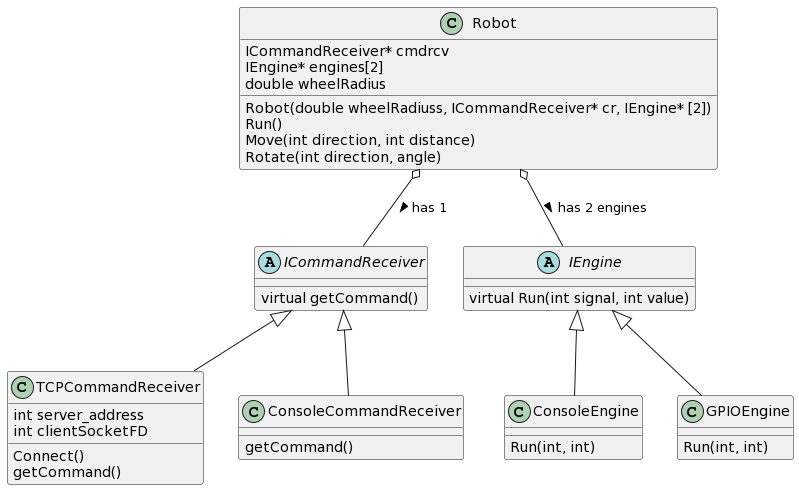
The PlantUML diagram src/classes.png in fanglores/Gagarin-2022, before a commit. The source it was exported from:
```plantuml
@startuml
class Robot
{
   ICommandReceiver* cmdrcv
   IEngine* engines[2]
   double wheelRadius

   Robot(double wheelRadiuss, ICommandReceiver* cr, IEngine* [2])
   Run()
   Move(int direction, int distance)
   Rotate(int direction, angle)
}

abstract class ICommandReceiver
{
   virtual getCommand()
}

class TCPCommandReceiver
{
   int server_address
   int clientSocketFD

   Connect()
   getCommand()
}

class ConsoleCommandReceiver
{
   getCommand()
}

class ConsoleEngine
{
   Run(int, int)
}

class GPIOEngine
{
   Run(int, int)
}

abstract class IEngine
{
   virtual Run(int signal, int value)
}

IEngine <|-- GPIOEngine
IEngine <|-- ConsoleEngine
ICommandReceiver <|-- TCPCommandReceiver
ICommandReceiver <|-- ConsoleCommandReceiver
Robot o-- IEngine : has 2 engines >
Robot o-- ICommandReceiver : has 1 >
@enduml
```
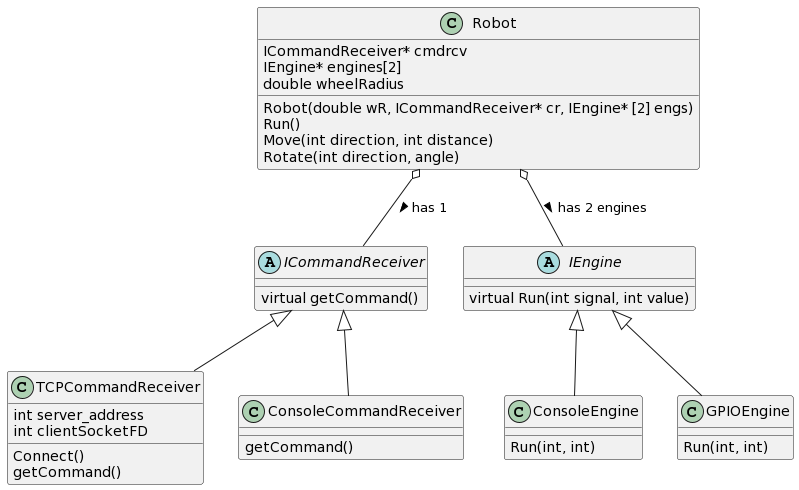
Later version of the same file.

Diff of the diagram source:
```diff
@@ -5,7 +5,7 @@
    IEngine* engines[2]
    double wheelRadius
 
-   Robot(double wheelRadiuss, ICommandReceiver* cr, IEngine* [2])
+   Robot(double wR, ICommandReceiver* cr, IEngine* [2] engs)
    Run()
    Move(int direction, int distance)
    Rotate(int direction, angle)
```
